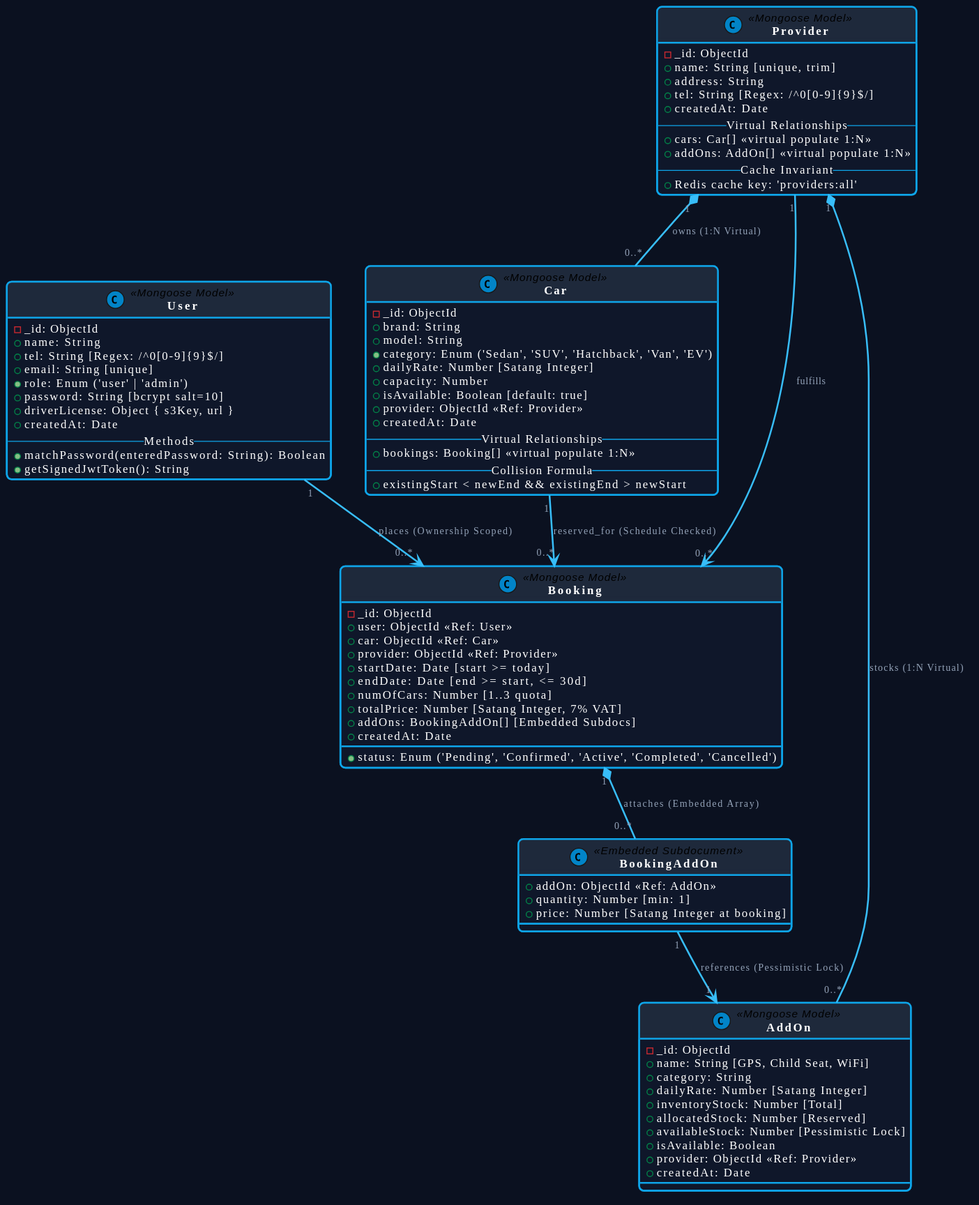
The PlantUML diagram docs/diagrams/class_diagram.svg in worawalan-s/rental-car-booking, before a commit.
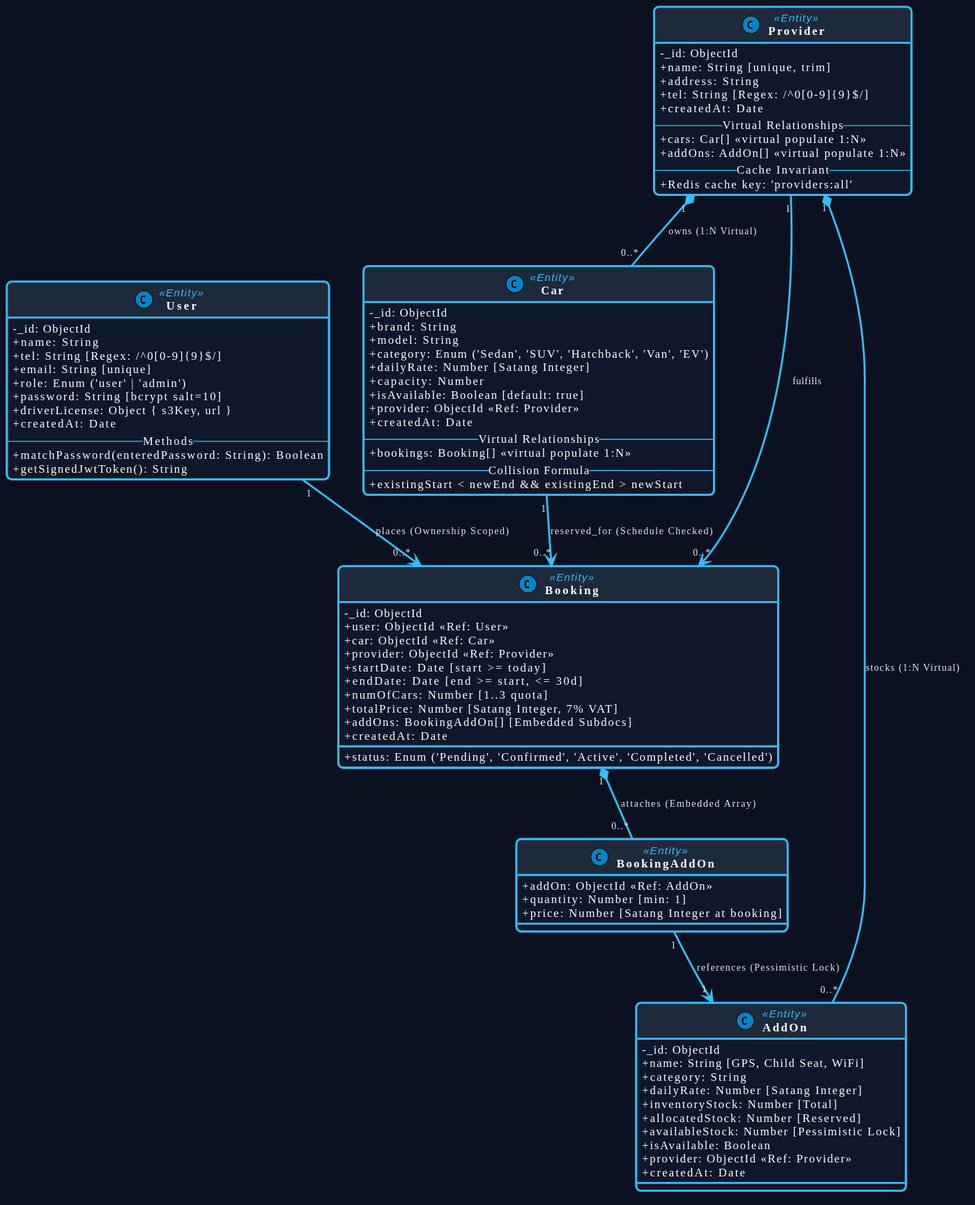
After the change.

Commit message:
docs(diagrams): change stereotype to Entity with high-contrast sky blue color

The edit, as a diff of the source:
```diff
@@ -5,16 +5,21 @@
 skinparam defaultFontName "Helvetica, Arial, sans-serif"
 skinparam defaultFontSize 11
 
+skinparam classAttributeIconSize 0
+
 skinparam class {
     BackgroundColor #0F172A
-    BorderColor #0EA5E9
-    BorderThickness 1.8
+    BorderColor #38BDF8
+    BorderThickness 2
     HeaderBackgroundColor #1E293B
     FontColor #FFFFFF
     FontSize 14
     FontStyle bold
     AttributeFontColor #FFFFFF
     AttributeFontSize 12
+    StereotypeFontColor #38BDF8
+    StereotypeFontSize 11
+    StereotypeFontStyle italic
 }
 
 skinparam stereotypeCBackgroundColor #0284C7
@@ -22,12 +27,12 @@
 
 skinparam arrow {
     Color #38BDF8
-    Thickness 1.8
-    FontColor #94A3B8
+    Thickness 2
+    FontColor #E2E8F0
     FontSize 10
 }
 
-class User <<Mongoose Model>> {
+class User <<Entity>> {
     -_id: ObjectId
     +name: String
     +tel: String [Regex: /^0[0-9]{9}$/]
@@ -41,7 +46,7 @@
     +getSignedJwtToken(): String
 }
 
-class Provider <<Mongoose Model>> {
+class Provider <<Entity>> {
     -_id: ObjectId
     +name: String [unique, trim]
     +address: String
@@ -54,7 +59,7 @@
     +Redis cache key: 'providers:all'
 }
 
-class Car <<Mongoose Model>> {
+class Car <<Entity>> {
     -_id: ObjectId
     +brand: String
     +model: String
@@ -70,7 +75,7 @@
     +existingStart < newEnd && existingEnd > newStart
 }
 
-class Booking <<Mongoose Model>> {
+class Booking <<Entity>> {
     -_id: ObjectId
     +user: ObjectId <<Ref: User>>
     +car: ObjectId <<Ref: Car>>
@@ -84,7 +89,7 @@
     +createdAt: Date
 }
 
-class AddOn <<Mongoose Model>> {
+class AddOn <<Entity>> {
     -_id: ObjectId
     +name: String [GPS, Child Seat, WiFi]
     +category: String
@@ -97,7 +102,7 @@
     +createdAt: Date
 }
 
-class BookingAddOn <<Embedded Subdocument>> {
+class BookingAddOn <<Entity>> {
     +addOn: ObjectId <<Ref: AddOn>>
     +quantity: Number [min: 1]
     +price: Number [Satang Integer at booking]
```
